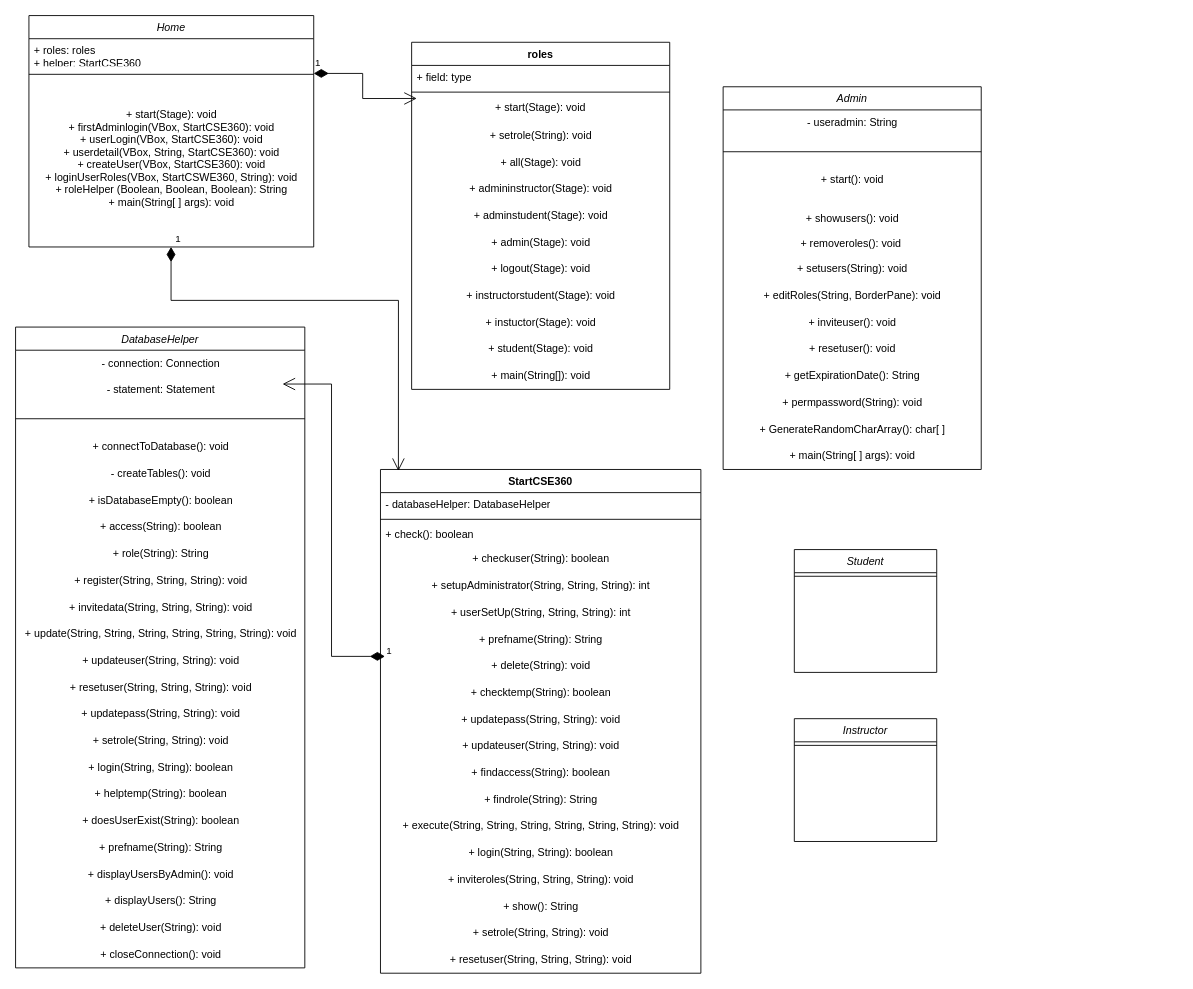
mnevi/CSE360Project keeps this draw.io diagram as UML Diagram.drawio. Above is the earlier version. Source tidied: cells renumbered, new cells numbered last; positions are measured from the earlier drawing's top-left corner, leaving out a move shared by most shapes. Both pictures are drawn from the tidied source at 89%, with x=0, y=0 at pixel (15, 15).
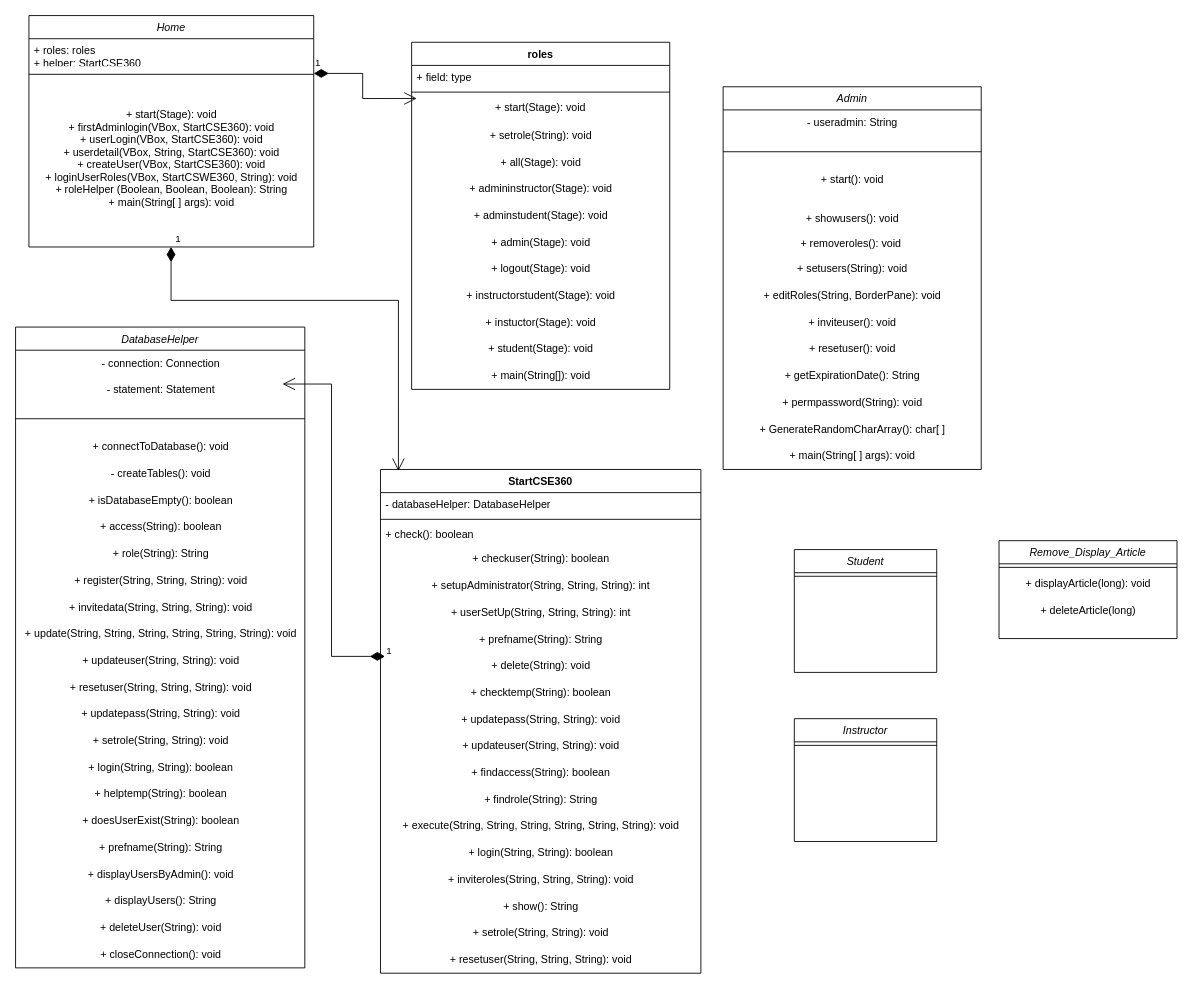
Above is the later version.

Change to the diagram source:
```diff
@@
+    <mxCell id="84" value="Remove_Display_Article" style="swimlane;fontStyle=2;align=center;verticalAlign=top;horizontal=1;startSize=26;rounded=0;shadow=0;strokeWidth=1;" parent="1" vertex="1">
+      <mxGeometry x="1105" y="590" width="200" height="110" as="geometry" />
+    </mxCell>
+    <mxCell id="85" style="line;html=1;strokeWidth=1;align=left;verticalAlign=middle;spacingTop=-1;spacingLeft=3;spacingRight=3;labelPosition=right;" parent="84" vertex="1">
+      <mxGeometry y="26" width="200" height="8" as="geometry" />
+    </mxCell>
+    <mxCell id="86" value="+ displayArticle(long): void" style="text;html=1;align=center;verticalAlign=middle;strokeColor=none;fillColor=none;" parent="84" vertex="1">
+      <mxGeometry y="34" width="200" height="30" as="geometry" />
+    </mxCell>
+    <mxCell id="87" value="+ deleteArticle(long)" style="text;html=1;align=center;verticalAlign=middle;strokeColor=none;fillColor=none;" parent="84" vertex="1">
+      <mxGeometry y="64" width="200" height="30" as="geometry" />
+    </mxCell>
```
